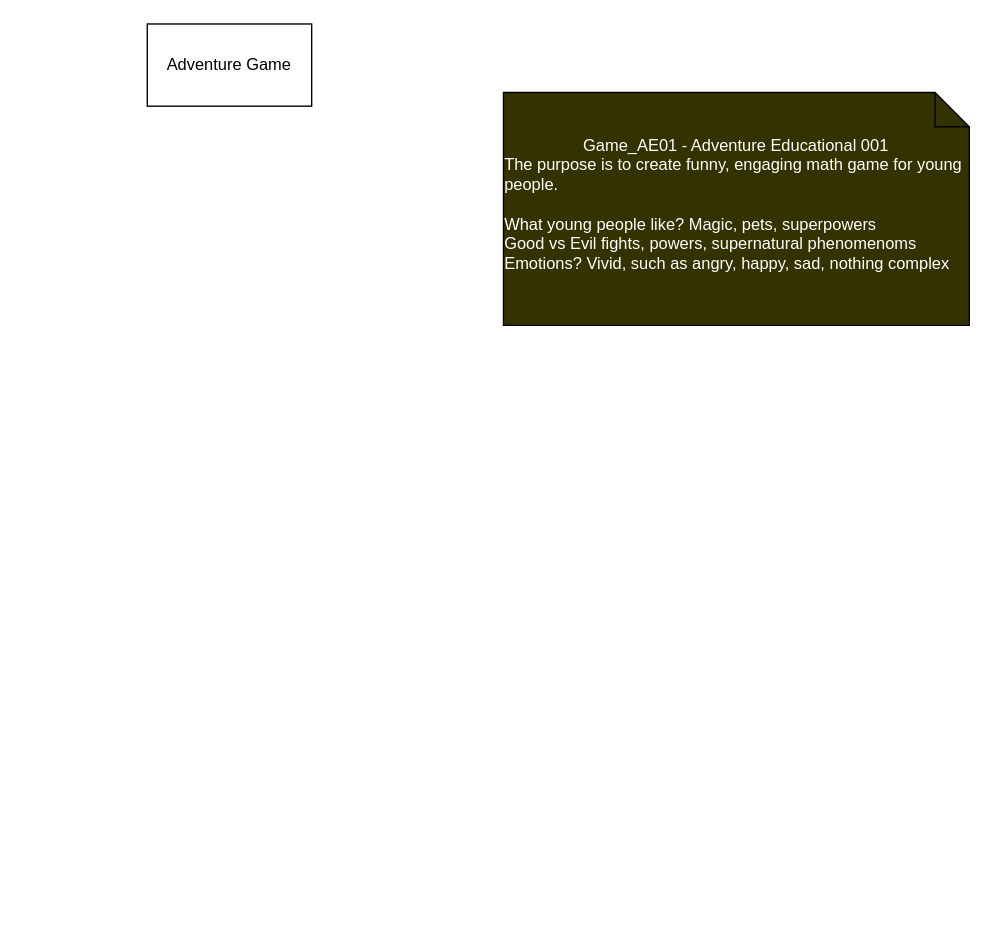
Above: adventure_educational_game_001.drawio in Dexmo-7/myWarmingUp (draw.io), before the change. Source tidied: cells renumbered, new cells numbered last; positions are measured from the earlier drawing's top-left corner, leaving out a move shared by most shapes. Both pictures are drawn from the tidied source at 137%, with x=0, y=0 at pixel (147, 23).
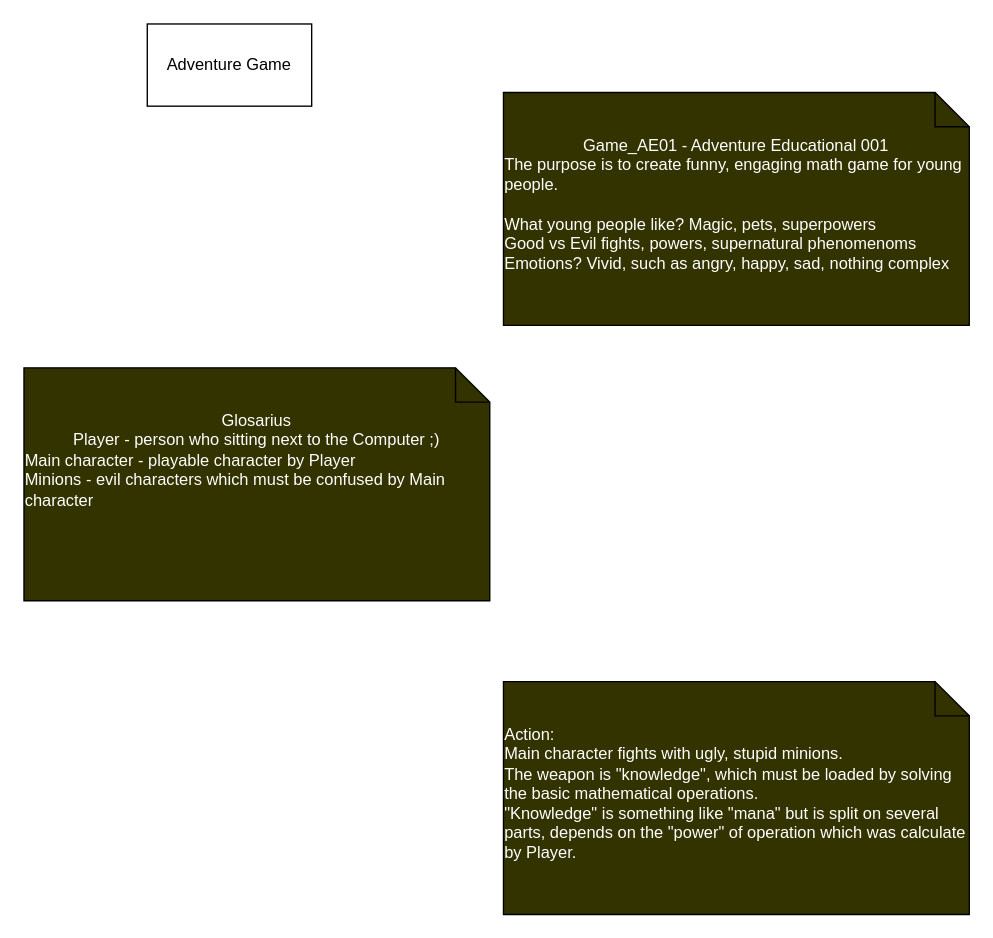
The same diagram, later.

Commit message:
Created Glosarius and Action notes

Change to the diagram source:
```diff
@@
 <mxGraphModel>
   <root>
     <mxCell id="0" />
     <mxCell id="1" parent="0" />
     <mxCell id="2" value="Adventure Game" style="rounded=0;whiteSpace=wrap;html=1;" parent="1" vertex="1">
       <mxGeometry width="120" height="60" as="geometry" />
     </mxCell>
     <mxCell id="3" value="Game_AE01 - Adventure Educational 001&lt;br&gt;&lt;div style=&quot;text-align: left;&quot;&gt;&lt;span style=&quot;background-color: initial;&quot;&gt;The purpose is to create funny, engaging math game for young people.&lt;/span&gt;&lt;/div&gt;&lt;div style=&quot;text-align: left;&quot;&gt;&lt;span style=&quot;background-color: initial;&quot;&gt;&lt;br&gt;&lt;/span&gt;&lt;/div&gt;&lt;div style=&quot;text-align: left;&quot;&gt;&lt;span style=&quot;background-color: initial;&quot;&gt;What young people like? Magic, pets, superpowers&amp;nbsp;&lt;/span&gt;&lt;/div&gt;&lt;div style=&quot;text-align: left;&quot;&gt;Good vs Evil fights, powers, supernatural phenomenoms&lt;/div&gt;&lt;div style=&quot;text-align: left;&quot;&gt;Emotions? Vivid, such as angry, happy, sad, nothing complex&lt;/div&gt;&lt;div style=&quot;text-align: left;&quot;&gt;&lt;br&gt;&lt;/div&gt;" style="shape=note2;boundedLbl=1;whiteSpace=wrap;html=1;size=25;verticalAlign=top;align=center;fillColor=#333300;fontColor=#FFFFFF;" parent="1" vertex="1">
       <mxGeometry x="260" y="50" width="340" height="170" as="geometry" />
     </mxCell>
+    <mxCell id="4" value="&lt;div style=&quot;text-align: left;&quot;&gt;Action:&lt;/div&gt;&lt;div style=&quot;text-align: left;&quot;&gt;Main character fights with ugly, stupid minions.&lt;br&gt;The weapon is &quot;knowledge&quot;, which must be loaded by solving the basic mathematical operations.&lt;br&gt;&quot;Knowledge&quot; is something like &quot;mana&quot; but is split on several parts, depends on the &quot;power&quot; of operation which was calculate by Player.&lt;/div&gt;" style="shape=note2;boundedLbl=1;whiteSpace=wrap;html=1;size=25;verticalAlign=top;align=center;fillColor=#333300;fontColor=#FFFFFF;" parent="1" vertex="1">
+      <mxGeometry x="260" y="480" width="340" height="170" as="geometry" />
+    </mxCell>
+    <mxCell id="5" value="&lt;div style=&quot;&quot;&gt;Glosarius&lt;/div&gt;&lt;div style=&quot;&quot;&gt;Player - person who sitting next to the Computer ;)&lt;/div&gt;&lt;div style=&quot;text-align: left;&quot;&gt;Main character - playable character by Player&lt;/div&gt;&lt;div style=&quot;text-align: left;&quot;&gt;Minions - evil characters which must be confused by Main character&lt;/div&gt;" style="shape=note2;boundedLbl=1;whiteSpace=wrap;html=1;size=25;verticalAlign=top;align=center;fillColor=#333300;fontColor=#FFFFFF;" parent="1" vertex="1">
+      <mxGeometry x="-90" y="251" width="340" height="170" as="geometry" />
+    </mxCell>
   </root>
 </mxGraphModel>
```
